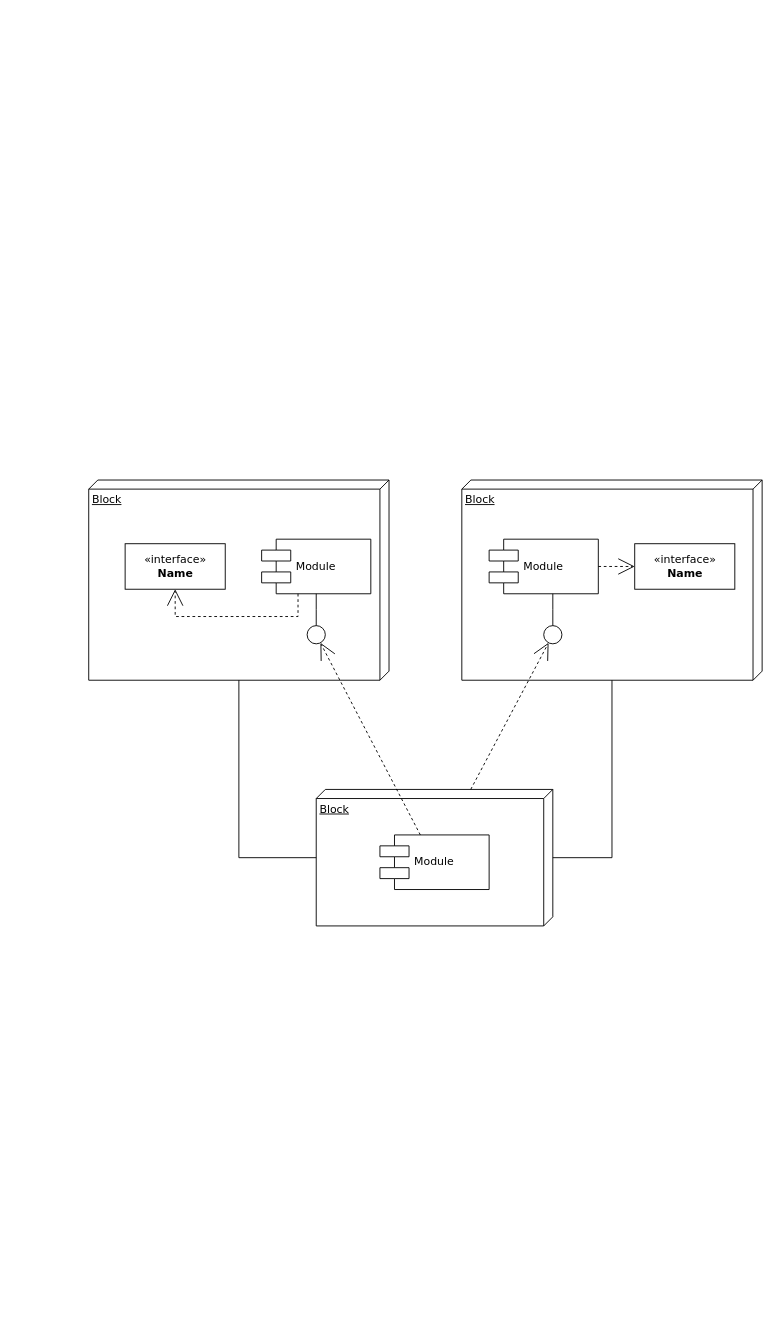
Above: 3.4 Exercise.drawio in jahan19011noor/university_project (draw.io), before the change. Source tidied: cells renumbered, new cells numbered last; positions are measured from the earlier drawing's top-left corner, leaving out a move shared by most shapes. Both pictures are drawn from the tidied source at 91%, with x=0, y=0 at pixel (88, 480).
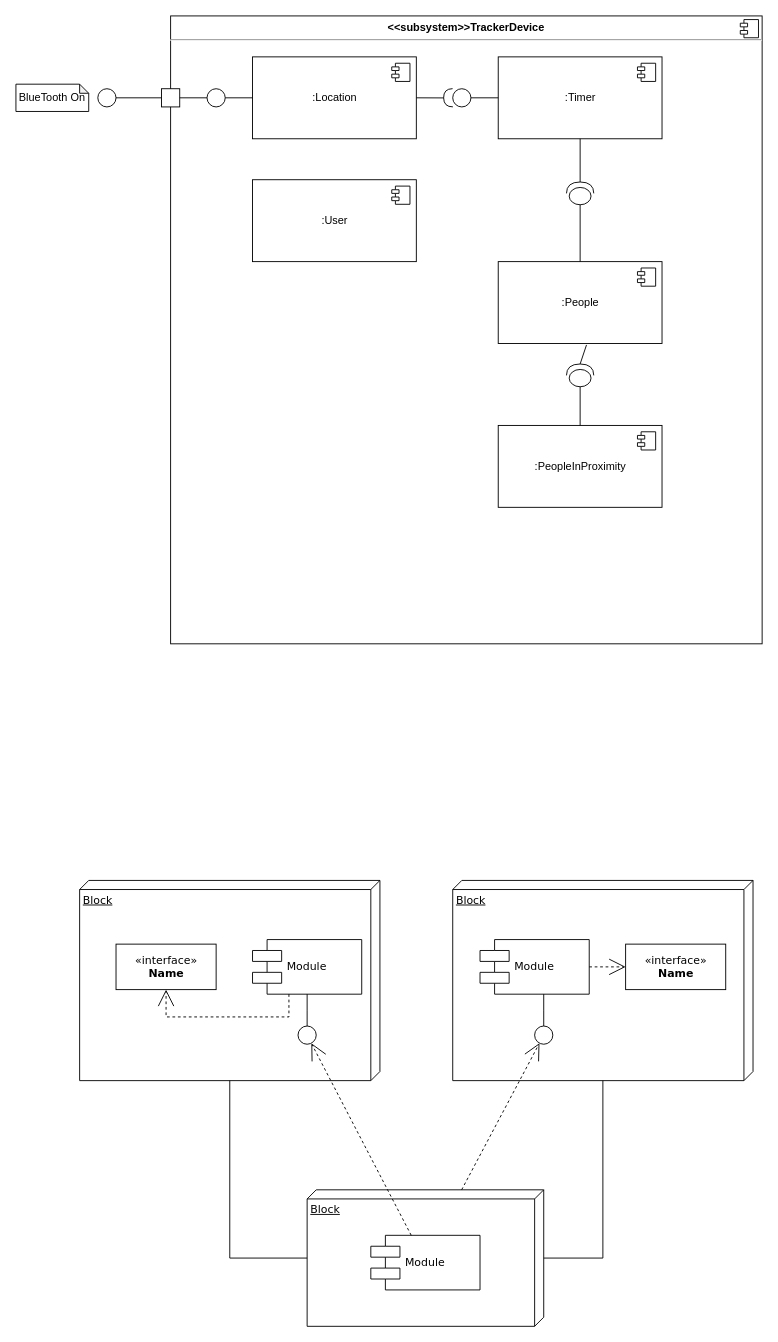
The same page after the edit.

What changed in the source:
```diff
@@
+    <mxCell id="20" value="&lt;p style=&quot;margin: 0px ; margin-top: 6px ; text-align: center&quot;&gt;&lt;b&gt;&amp;lt;&amp;lt;subsystem&amp;gt;&amp;gt;TrackerDevice&lt;/b&gt;&lt;/p&gt;&lt;hr&gt;&lt;p style=&quot;margin: 0px ; margin-left: 8px&quot;&gt;&lt;br&gt;&lt;br&gt;&lt;/p&gt;" style="align=left;overflow=fill;html=1;" parent="1" vertex="1">
+      <mxGeometry x="90" y="-510" width="650" height="690" as="geometry" />
+    </mxCell>
+    <mxCell id="21" style="shape=component;jettyWidth=8;jettyHeight=4;" parent="20" vertex="1">
+      <mxGeometry x="1" width="20" height="20" relative="1" as="geometry">
+        <mxPoint x="-24" y="4" as="offset" />
+      </mxGeometry>
+    </mxCell>
+    <mxCell id="22" value=":User" style="html=1;" parent="1" vertex="1">
+      <mxGeometry x="180" y="-330" width="180" height="90" as="geometry" />
+    </mxCell>
+    <mxCell id="23" style="shape=module;jettyWidth=8;jettyHeight=4;" parent="22" vertex="1">
+      <mxGeometry x="1" width="20" height="20" relative="1" as="geometry">
+        <mxPoint x="-27" y="7" as="offset" />
+      </mxGeometry>
+    </mxCell>
+    <mxCell id="24" value=":People" style="html=1;" parent="1" vertex="1">
+      <mxGeometry x="450" y="-240" width="180" height="90" as="geometry" />
+    </mxCell>
+    <mxCell id="25" style="shape=module;jettyWidth=8;jettyHeight=4;" parent="24" vertex="1">
+      <mxGeometry x="1" width="20" height="20" relative="1" as="geometry">
+        <mxPoint x="-27" y="7" as="offset" />
+      </mxGeometry>
+    </mxCell>
+    <mxCell id="26" style="group;" parent="1" vertex="1">
+      <mxGeometry x="-10" y="440" width="740" height="490" as="geometry" />
+    </mxCell>
-    <mxCell id="2" value="Block" style="verticalAlign=top;align=left;spacingTop=8;spacingLeft=2;spacingRight=12;shape=cube;size=10;direction=south;fontStyle=4;html=1;rounded=0;shadow=0;comic=0;labelBackgroundColor=none;strokeWidth=1;fontFamily=Verdana;fontSize=12;" parent="1" vertex="1">
+    <mxCell id="2" value="Block" style="verticalAlign=top;align=left;spacingTop=8;spacingLeft=2;spacingRight=12;shape=cube;size=10;direction=south;fontStyle=4;html=1;rounded=0;shadow=0;comic=0;labelBackgroundColor=none;strokeWidth=1;fontFamily=Verdana;fontSize=12;" parent="26" vertex="1">
       <mxGeometry width="330" height="220" as="geometry" />
     </mxCell>
-    <mxCell id="3" value="Block" style="verticalAlign=top;align=left;spacingTop=8;spacingLeft=2;spacingRight=12;shape=cube;size=10;direction=south;fontStyle=4;html=1;rounded=0;shadow=0;comic=0;labelBackgroundColor=none;strokeWidth=1;fontFamily=Verdana;fontSize=12;" parent="1" vertex="1">
+    <mxCell id="3" value="Block" style="verticalAlign=top;align=left;spacingTop=8;spacingLeft=2;spacingRight=12;shape=cube;size=10;direction=south;fontStyle=4;html=1;rounded=0;shadow=0;comic=0;labelBackgroundColor=none;strokeWidth=1;fontFamily=Verdana;fontSize=12;" parent="26" vertex="1">
       <mxGeometry x="410" width="330" height="220" as="geometry" />
     </mxCell>
-    <mxCell id="4" value="Block" style="verticalAlign=top;align=left;spacingTop=8;spacingLeft=2;spacingRight=12;shape=cube;size=10;direction=south;fontStyle=4;html=1;rounded=0;shadow=0;comic=0;labelBackgroundColor=none;strokeWidth=1;fontFamily=Verdana;fontSize=12;" parent="1" vertex="1">
+    <mxCell id="4" value="Block" style="verticalAlign=top;align=left;spacingTop=8;spacingLeft=2;spacingRight=12;shape=cube;size=10;direction=south;fontStyle=4;html=1;rounded=0;shadow=0;comic=0;labelBackgroundColor=none;strokeWidth=1;fontFamily=Verdana;fontSize=12;" parent="26" vertex="1">
       <mxGeometry x="250" y="340" width="260" height="150" as="geometry" />
     </mxCell>
-    <mxCell id="5" value="&amp;laquo;interface&amp;raquo;&lt;br&gt;&lt;b&gt;Name&lt;/b&gt;" style="html=1;rounded=0;shadow=0;comic=0;labelBackgroundColor=none;strokeWidth=1;fontFamily=Verdana;fontSize=12;align=center;" parent="1" vertex="1">
+    <mxCell id="5" value="&amp;laquo;interface&amp;raquo;&lt;br&gt;&lt;b&gt;Name&lt;/b&gt;" style="html=1;rounded=0;shadow=0;comic=0;labelBackgroundColor=none;strokeWidth=1;fontFamily=Verdana;fontSize=12;align=center;" parent="26" vertex="1">
       <mxGeometry x="40" y="70" width="110" height="50" as="geometry" />
     </mxCell>
-    <mxCell id="6" value="Module" style="shape=component;align=left;spacingLeft=36;rounded=0;shadow=0;comic=0;labelBackgroundColor=none;strokeWidth=1;fontFamily=Verdana;fontSize=12;html=1;" parent="1" vertex="1">
+    <mxCell id="6" value="Module" style="shape=component;align=left;spacingLeft=36;rounded=0;shadow=0;comic=0;labelBackgroundColor=none;strokeWidth=1;fontFamily=Verdana;fontSize=12;html=1;" parent="26" vertex="1">
       <mxGeometry x="190" y="65" width="120" height="60" as="geometry" />
     </mxCell>
-    <mxCell id="7" style="ellipse;whiteSpace=wrap;html=1;rounded=0;shadow=0;comic=0;labelBackgroundColor=none;strokeWidth=1;fontFamily=Verdana;fontSize=12;align=center;" parent="1" vertex="1">
+    <mxCell id="7" style="ellipse;whiteSpace=wrap;html=1;rounded=0;shadow=0;comic=0;labelBackgroundColor=none;strokeWidth=1;fontFamily=Verdana;fontSize=12;align=center;" parent="26" vertex="1">
       <mxGeometry x="240" y="160" width="20" height="20" as="geometry" />
     </mxCell>
-    <mxCell id="8" value="Module" style="shape=component;align=left;spacingLeft=36;rounded=0;shadow=0;comic=0;labelBackgroundColor=none;strokeWidth=1;fontFamily=Verdana;fontSize=12;html=1;" parent="1" vertex="1">
+    <mxCell id="8" value="Module" style="shape=component;align=left;spacingLeft=36;rounded=0;shadow=0;comic=0;labelBackgroundColor=none;strokeWidth=1;fontFamily=Verdana;fontSize=12;html=1;" parent="26" vertex="1">
       <mxGeometry x="440" y="65" width="120" height="60" as="geometry" />
     </mxCell>
-    <mxCell id="9" value="&amp;laquo;interface&amp;raquo;&lt;br&gt;&lt;b&gt;Name&lt;/b&gt;" style="html=1;rounded=0;shadow=0;comic=0;labelBackgroundColor=none;strokeWidth=1;fontFamily=Verdana;fontSize=12;align=center;" parent="1" vertex="1">
+    <mxCell id="9" value="&amp;laquo;interface&amp;raquo;&lt;br&gt;&lt;b&gt;Name&lt;/b&gt;" style="html=1;rounded=0;shadow=0;comic=0;labelBackgroundColor=none;strokeWidth=1;fontFamily=Verdana;fontSize=12;align=center;" parent="26" vertex="1">
       <mxGeometry x="600" y="70" width="110" height="50" as="geometry" />
     </mxCell>
-    <mxCell id="10" style="ellipse;whiteSpace=wrap;html=1;rounded=0;shadow=0;comic=0;labelBackgroundColor=none;strokeWidth=1;fontFamily=Verdana;fontSize=12;align=center;" parent="1" vertex="1">
+    <mxCell id="10" style="ellipse;whiteSpace=wrap;html=1;rounded=0;shadow=0;comic=0;labelBackgroundColor=none;strokeWidth=1;fontFamily=Verdana;fontSize=12;align=center;" parent="26" vertex="1">
       <mxGeometry x="500" y="160" width="20" height="20" as="geometry" />
     </mxCell>
-    <mxCell id="11" value="Module" style="shape=component;align=left;spacingLeft=36;rounded=0;shadow=0;comic=0;labelBackgroundColor=none;strokeWidth=1;fontFamily=Verdana;fontSize=12;html=1;" parent="1" vertex="1">
+    <mxCell id="11" value="Module" style="shape=component;align=left;spacingLeft=36;rounded=0;shadow=0;comic=0;labelBackgroundColor=none;strokeWidth=1;fontFamily=Verdana;fontSize=12;html=1;" parent="26" vertex="1">
       <mxGeometry x="320" y="390" width="120" height="60" as="geometry" />
     </mxCell>
-    <mxCell id="12" style="edgeStyle=none;rounded=0;html=1;dashed=1;labelBackgroundColor=none;startArrow=none;startFill=0;startSize=8;endArrow=open;endFill=0;endSize=16;fontFamily=Verdana;fontSize=12;" parent="1" edge="1" source="11" target="7">
+    <mxCell id="12" style="edgeStyle=none;rounded=0;html=1;dashed=1;labelBackgroundColor=none;startArrow=none;startFill=0;startSize=8;endArrow=open;endFill=0;endSize=16;fontFamily=Verdana;fontSize=12;" parent="26" edge="1" source="11" target="7">
       <mxGeometry relative="1" as="geometry" />
     </mxCell>
-    <mxCell id="13" style="edgeStyle=none;rounded=0;html=1;dashed=1;labelBackgroundColor=none;startArrow=none;startFill=0;startSize=8;endArrow=open;endFill=0;endSize=16;fontFamily=Verdana;fontSize=12;" parent="1" edge="1" source="4" target="10">
+    <mxCell id="13" style="edgeStyle=none;rounded=0;html=1;dashed=1;labelBackgroundColor=none;startArrow=none;startFill=0;startSize=8;endArrow=open;endFill=0;endSize=16;fontFamily=Verdana;fontSize=12;" parent="26" edge="1" source="4" target="10">
       <mxGeometry relative="1" as="geometry" />
     </mxCell>
-    <mxCell id="14" style="edgeStyle=elbowEdgeStyle;rounded=0;html=1;labelBackgroundColor=none;startArrow=none;startFill=0;startSize=8;endArrow=none;endFill=0;endSize=16;fontFamily=Verdana;fontSize=12;" parent="1" edge="1" source="10" target="8">
+    <mxCell id="14" style="edgeStyle=elbowEdgeStyle;rounded=0;html=1;labelBackgroundColor=none;startArrow=none;startFill=0;startSize=8;endArrow=none;endFill=0;endSize=16;fontFamily=Verdana;fontSize=12;" parent="26" edge="1" source="10" target="8">
       <mxGeometry relative="1" as="geometry" />
     </mxCell>
-    <mxCell id="15" style="edgeStyle=elbowEdgeStyle;rounded=0;html=1;labelBackgroundColor=none;startArrow=none;startFill=0;startSize=8;endArrow=none;endFill=0;endSize=16;fontFamily=Verdana;fontSize=12;" parent="1" edge="1" source="7" target="6">
+    <mxCell id="15" style="edgeStyle=elbowEdgeStyle;rounded=0;html=1;labelBackgroundColor=none;startArrow=none;startFill=0;startSize=8;endArrow=none;endFill=0;endSize=16;fontFamily=Verdana;fontSize=12;" parent="26" edge="1" source="7" target="6">
       <mxGeometry relative="1" as="geometry" />
     </mxCell>
-    <mxCell id="16" style="edgeStyle=orthogonalEdgeStyle;rounded=0;html=1;labelBackgroundColor=none;startArrow=none;startFill=0;startSize=8;endArrow=open;endFill=0;endSize=16;fontFamily=Verdana;fontSize=12;dashed=1;" parent="1" edge="1" source="6" target="5">
+    <mxCell id="16" style="edgeStyle=orthogonalEdgeStyle;rounded=0;html=1;labelBackgroundColor=none;startArrow=none;startFill=0;startSize=8;endArrow=open;endFill=0;endSize=16;fontFamily=Verdana;fontSize=12;dashed=1;" parent="26" edge="1" source="6" target="5">
       <mxGeometry relative="1" as="geometry">
         <Array as="points">
           <mxPoint x="230" y="150" />
           <mxPoint x="95" y="150" />
         </Array>
       </mxGeometry>
     </mxCell>
-    <mxCell id="17" style="edgeStyle=orthogonalEdgeStyle;rounded=0;html=1;dashed=1;labelBackgroundColor=none;startArrow=none;startFill=0;startSize=8;endArrow=open;endFill=0;endSize=16;fontFamily=Verdana;fontSize=12;" parent="1" edge="1" source="8" target="9">
+    <mxCell id="17" style="edgeStyle=orthogonalEdgeStyle;rounded=0;html=1;dashed=1;labelBackgroundColor=none;startArrow=none;startFill=0;startSize=8;endArrow=open;endFill=0;endSize=16;fontFamily=Verdana;fontSize=12;" parent="26" edge="1" source="8" target="9">
       <mxGeometry relative="1" as="geometry" />
     </mxCell>
-    <mxCell id="18" style="edgeStyle=orthogonalEdgeStyle;rounded=0;html=1;labelBackgroundColor=none;startArrow=none;startFill=0;startSize=8;endArrow=none;endFill=0;endSize=16;fontFamily=Verdana;fontSize=12;" parent="1" edge="1" source="4" target="3">
+    <mxCell id="18" style="edgeStyle=orthogonalEdgeStyle;rounded=0;html=1;labelBackgroundColor=none;startArrow=none;startFill=0;startSize=8;endArrow=none;endFill=0;endSize=16;fontFamily=Verdana;fontSize=12;" parent="26" edge="1" source="4" target="3">
       <mxGeometry relative="1" as="geometry">
         <Array as="points">
           <mxPoint x="575" y="415" />
         </Array>
       </mxGeometry>
     </mxCell>
-    <mxCell id="19" style="edgeStyle=orthogonalEdgeStyle;rounded=0;html=1;labelBackgroundColor=none;startArrow=none;startFill=0;startSize=8;endArrow=none;endFill=0;endSize=16;fontFamily=Verdana;fontSize=12;" parent="1" edge="1" source="4" target="2">
+    <mxCell id="19" style="edgeStyle=orthogonalEdgeStyle;rounded=0;html=1;labelBackgroundColor=none;startArrow=none;startFill=0;startSize=8;endArrow=none;endFill=0;endSize=16;fontFamily=Verdana;fontSize=12;" parent="26" edge="1" source="4" target="2">
       <mxGeometry relative="1" as="geometry">
         <Array as="points">
           <mxPoint x="165" y="415" />
         </Array>
       </mxGeometry>
     </mxCell>
+    <mxCell id="27" value=":Timer" style="html=1;" parent="1" vertex="1">
+      <mxGeometry x="450" y="-465" width="180" height="90" as="geometry" />
+    </mxCell>
+    <mxCell id="28" style="shape=module;jettyWidth=8;jettyHeight=4;" parent="27" vertex="1">
+      <mxGeometry x="1" width="20" height="20" relative="1" as="geometry">
+        <mxPoint x="-27" y="7" as="offset" />
+      </mxGeometry>
+    </mxCell>
+    <mxCell id="29" value=":Location" style="html=1;" parent="1" vertex="1">
+      <mxGeometry x="180" y="-465" width="180" height="90" as="geometry" />
+    </mxCell>
+    <mxCell id="30" style="shape=module;jettyWidth=8;jettyHeight=4;" parent="29" vertex="1">
+      <mxGeometry x="1" width="20" height="20" relative="1" as="geometry">
+        <mxPoint x="-27" y="7" as="offset" />
+      </mxGeometry>
+    </mxCell>
+    <mxCell id="31" value=":PeopleInProximity" style="html=1;" parent="1" vertex="1">
+      <mxGeometry x="450" y="-60" width="180" height="90" as="geometry" />
+    </mxCell>
+    <mxCell id="32" style="shape=module;jettyWidth=8;jettyHeight=4;" parent="31" vertex="1">
+      <mxGeometry x="1" width="20" height="20" relative="1" as="geometry">
+        <mxPoint x="-27" y="7" as="offset" />
+      </mxGeometry>
+    </mxCell>
+    <mxCell id="33" style="ellipse;whiteSpace=wrap;html=1;" parent="1" vertex="1">
+      <mxGeometry x="10" y="-430" width="20" height="20" as="geometry" />
+    </mxCell>
+    <mxCell id="34" style="endArrow=none;html=1;rounded=0;exitX=1;exitY=0.5;exitDx=0;exitDy=0;" parent="1" edge="1" source="33" target="35">
+      <mxGeometry relative="1" as="geometry" />
+    </mxCell>
+    <mxCell id="35" style="whiteSpace=wrap;html=1;" parent="1" vertex="1">
+      <mxGeometry x="80" y="-430" width="20" height="20" as="geometry" />
+    </mxCell>
+    <mxCell id="36" style="endArrow=none;html=1;rounded=0;exitX=1;exitY=0.5;exitDx=0;exitDy=0;" parent="1" edge="1" source="35">
+      <mxGeometry relative="1" as="geometry">
+        <mxPoint x="130" y="-420" as="targetPoint" />
+      </mxGeometry>
+    </mxCell>
+    <mxCell id="37" style="ellipse;whiteSpace=wrap;html=1;" parent="1" vertex="1">
+      <mxGeometry x="130" y="-430" width="20" height="20" as="geometry" />
+    </mxCell>
+    <mxCell id="38" style="endArrow=none;html=1;rounded=0;exitX=1;exitY=0.5;exitDx=0;exitDy=0;" parent="1" edge="1" source="37">
+      <mxGeometry relative="1" as="geometry">
+        <mxPoint x="180" y="-420" as="targetPoint" />
+      </mxGeometry>
+    </mxCell>
+    <mxCell id="39" value="BlueTooth On" style="shape=note;whiteSpace=wrap;html=1;backgroundOutline=1;darkOpacity=0.05;size=10;" parent="1" vertex="1">
+      <mxGeometry x="-80" y="-435" width="80" height="30" as="geometry" />
+    </mxCell>
+    <mxCell id="40" style="shape=requiredInterface;html=1;verticalLabelPosition=bottom;sketch=0;rotation=-181;" parent="1" vertex="1">
+      <mxGeometry x="390" y="-430" width="10" height="20" as="geometry" />
+    </mxCell>
+    <mxCell id="41" style="endArrow=none;html=1;rounded=0;entryX=1;entryY=0.5;entryDx=0;entryDy=0;entryPerimeter=0;exitX=1;exitY=0.5;exitDx=0;exitDy=0;" parent="1" edge="1" source="29" target="40">
+      <mxGeometry relative="1" as="geometry" />
+    </mxCell>
+    <mxCell id="42" style="ellipse;whiteSpace=wrap;html=1;" parent="1" vertex="1">
+      <mxGeometry x="400" y="-430" width="20" height="20" as="geometry" />
+    </mxCell>
+    <mxCell id="43" style="endArrow=none;html=1;rounded=0;entryX=0;entryY=0.5;entryDx=0;entryDy=0;exitX=1;exitY=0.5;exitDx=0;exitDy=0;" parent="1" edge="1" source="42" target="27">
+      <mxGeometry relative="1" as="geometry" />
+    </mxCell>
+    <mxCell id="44" style="shape=providedRequiredInterface;html=1;verticalLabelPosition=bottom;sketch=0;rotation=-90;" parent="1" vertex="1">
+      <mxGeometry x="527.5" y="-330" width="25" height="30" as="geometry" />
+    </mxCell>
+    <mxCell id="45" style="endArrow=none;html=1;rounded=0;entryX=0.5;entryY=1;entryDx=0;entryDy=0;exitX=1;exitY=0.5;exitDx=0;exitDy=0;exitPerimeter=0;" parent="1" edge="1" source="44" target="27">
+      <mxGeometry relative="1" as="geometry" />
+    </mxCell>
+    <mxCell id="46" style="endArrow=none;html=1;rounded=0;entryX=0;entryY=0.5;entryDx=0;entryDy=0;entryPerimeter=0;" parent="1" edge="1" source="24" target="44">
+      <mxGeometry relative="1" as="geometry" />
+    </mxCell>
+    <mxCell id="47" style="shape=providedRequiredInterface;html=1;verticalLabelPosition=bottom;sketch=0;rotation=-90;" parent="1" vertex="1">
+      <mxGeometry x="527.5" y="-130" width="25" height="30" as="geometry" />
+    </mxCell>
+    <mxCell id="48" style="endArrow=none;html=1;rounded=0;entryX=0.539;entryY=1.017;entryDx=0;entryDy=0;entryPerimeter=0;exitX=1;exitY=0.5;exitDx=0;exitDy=0;exitPerimeter=0;" parent="1" edge="1" source="47" target="24">
+      <mxGeometry relative="1" as="geometry" />
+    </mxCell>
+    <mxCell id="49" style="endArrow=none;html=1;rounded=0;entryX=0;entryY=0.5;entryDx=0;entryDy=0;entryPerimeter=0;" parent="1" edge="1" source="31" target="47">
+      <mxGeometry relative="1" as="geometry" />
+    </mxCell>
```
